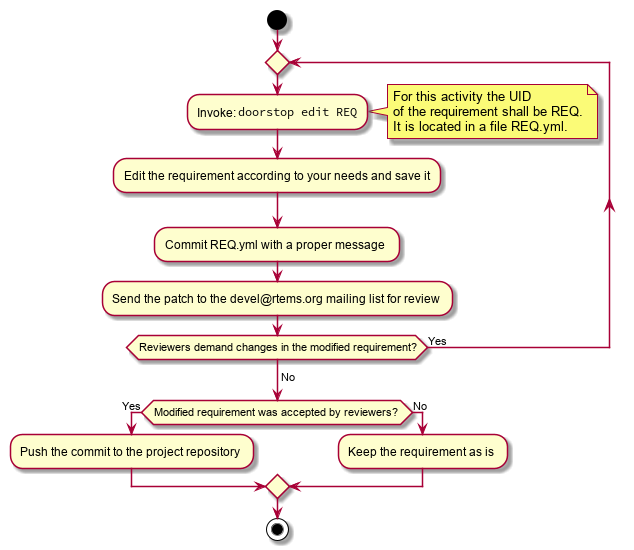
This is images/eng/req-modify.png from RTEMS/rtems-docs, a PlantUML export, as it was before one commit.
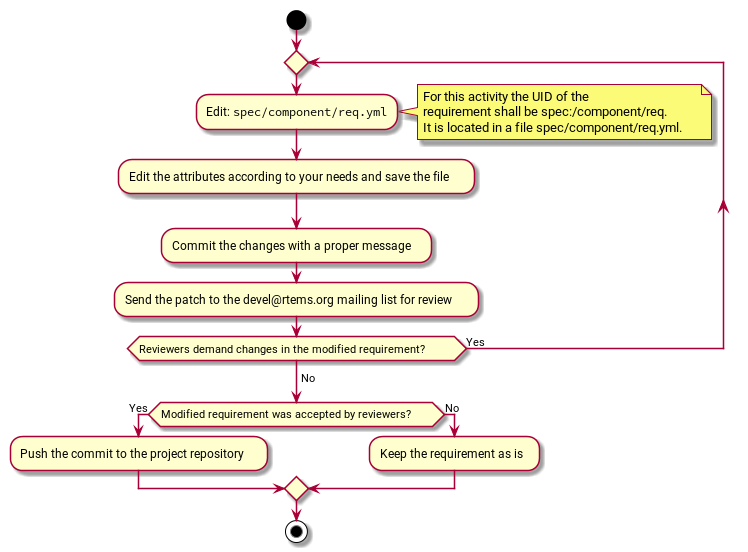
Above is the later version.

Change to the diagram source:
```diff
@@ -3,17 +3,17 @@
 start
 
 repeat
-  :Invoke: ""doorstop edit REQ"";
+  :Edit: ""spec/component/req.yml"";
 
   note right
-    For this activity the UID
-    of the requirement shall be REQ.
-    It is located in a file REQ.yml.
+    For this activity the UID of the
+    requirement shall be spec:/component/req.
+    It is located in a file spec/component/req.yml.
   end note
 
-  :Edit the requirement according to your needs and save it;
+  :Edit the attributes according to your needs and save the file;
 
-  :Commit REQ.yml with a proper message;
+  :Commit the changes with a proper message;
 
   :Send the patch to the devel@rtems.org mailing list for review;
 repeat while (Reviewers demand changes in the modified requirement?) is (Yes)
```
